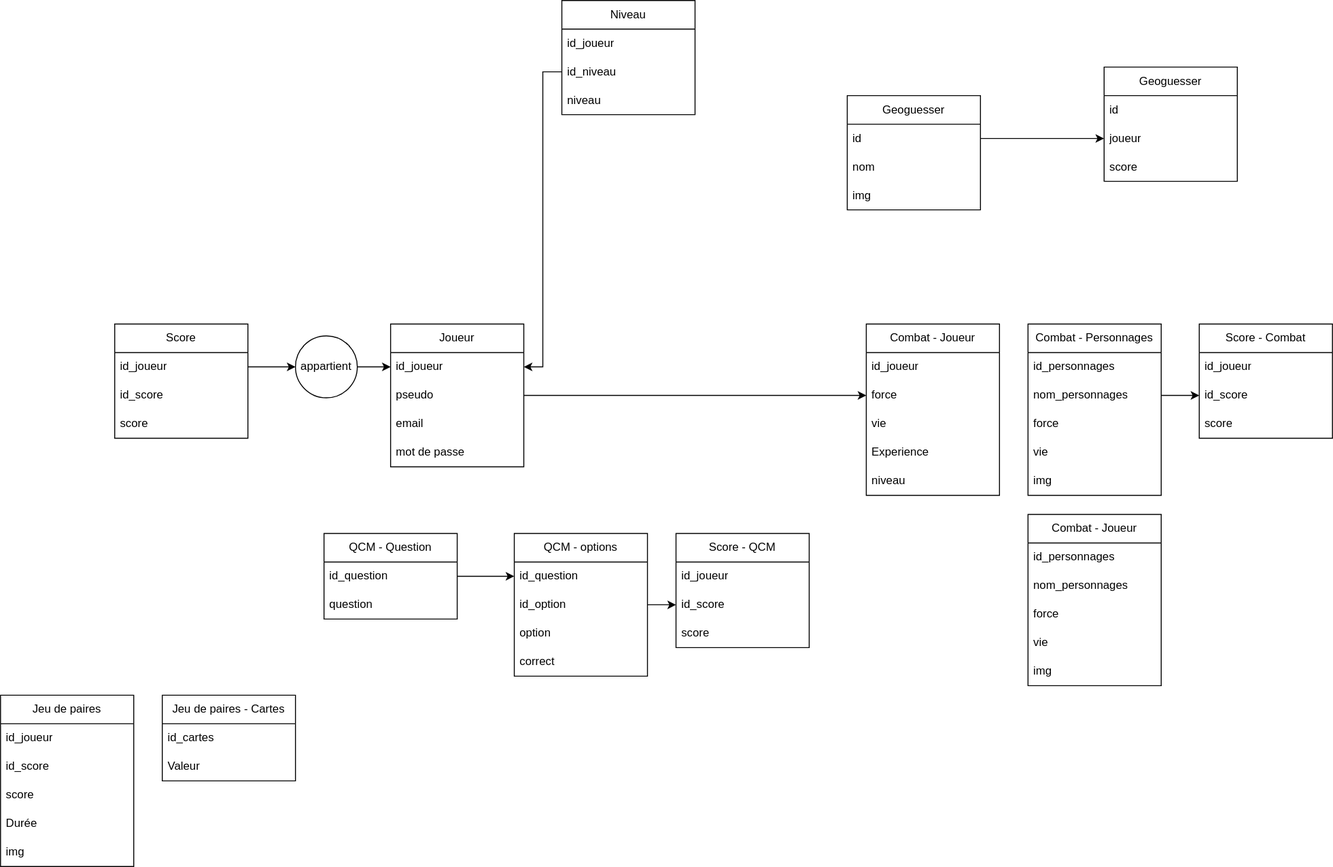
Oreki2004/Projet-Final-6TTSI keeps this draw.io diagram as BDD.svg. Above is the earlier version. Source tidied: cells renumbered, new cells last; positions are measured from the earlier drawing's top-left corner, leaving out a move shared by most shapes.
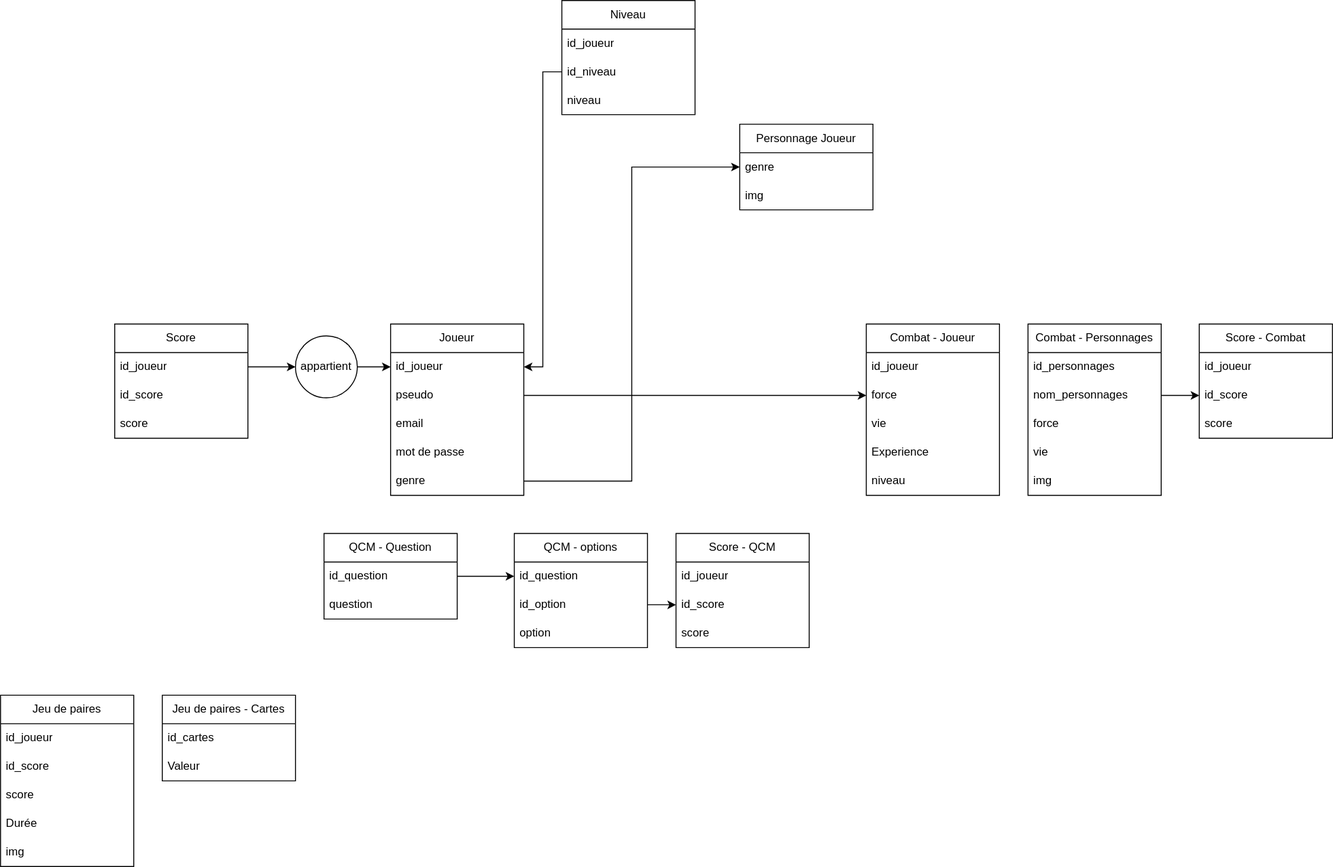
After the commit.

The edit, as a diff of the source:
```diff
@@ -15,7 +15,7 @@
       <mxGeometry y="90" width="140" height="30" as="geometry" />
     </mxCell>
     <mxCell id="6" value="Joueur" style="swimlane;fontStyle=0;horizontal=1;startSize=30;whiteSpace=wrap;html=1;" parent="1" vertex="1">
-      <mxGeometry x="410" y="340" width="140" height="150" as="geometry" />
+      <mxGeometry x="410" y="340" width="140" height="180" as="geometry" />
     </mxCell>
     <mxCell id="7" value="id_joueur" style="text;strokeColor=none;fillColor=none;align=left;verticalAlign=middle;spacingLeft=4;spacingRight=4;overflow=hidden;points=[[0,0.5],[1,0.5]];portConstraint=eastwest;whiteSpace=wrap;html=1;" parent="6" vertex="1">
       <mxGeometry y="30" width="140" height="30" as="geometry" />
@@ -29,6 +29,9 @@
     <mxCell id="10" value="mot de passe" style="text;strokeColor=none;fillColor=none;align=left;verticalAlign=middle;spacingLeft=4;spacingRight=4;overflow=hidden;whiteSpace=wrap;html=1;" parent="6" vertex="1">
       <mxGeometry y="120" width="140" height="30" as="geometry" />
     </mxCell>
+    <mxCell id="75" value="genre" style="text;strokeColor=none;fillColor=none;align=left;verticalAlign=middle;spacingLeft=4;spacingRight=4;overflow=hidden;points=[[0,0.5],[1,0.5]];portConstraint=eastwest;whiteSpace=wrap;html=1;" parent="6" vertex="1">
+      <mxGeometry y="150" width="140" height="30" as="geometry" />
+    </mxCell>
     <mxCell id="11" value="Niveau" style="swimlane;fontStyle=0;horizontal=1;startSize=30;whiteSpace=wrap;html=1;" parent="1" vertex="1">
       <mxGeometry x="590" width="140" height="120" as="geometry" />
     </mxCell>
@@ -81,7 +84,7 @@
       <mxGeometry y="60" width="140" height="30" as="geometry" />
     </mxCell>
     <mxCell id="28" value="QCM - options" style="swimlane;fontStyle=0;horizontal=1;startSize=30;whiteSpace=wrap;html=1;" parent="1" vertex="1">
-      <mxGeometry x="540" y="560" width="140" height="150" as="geometry" />
+      <mxGeometry x="540" y="560" width="140" height="120" as="geometry" />
     </mxCell>
     <mxCell id="29" value="&lt;span style=&quot;font-weight: normal;&quot;&gt;id_question&lt;/span&gt;" style="text;strokeColor=none;fillColor=none;align=left;verticalAlign=middle;spacingLeft=4;spacingRight=4;overflow=hidden;points=[[0,0.5],[1,0.5]];portConstraint=eastwest;whiteSpace=wrap;html=1;fontStyle=1;" parent="28" vertex="1">
       <mxGeometry y="30" width="140" height="30" as="geometry" />
@@ -92,9 +95,6 @@
     <mxCell id="31" value="option" style="text;strokeColor=none;fillColor=none;align=left;verticalAlign=middle;spacingLeft=4;spacingRight=4;overflow=hidden;whiteSpace=wrap;html=1;" parent="28" vertex="1">
       <mxGeometry y="90" width="140" height="30" as="geometry" />
     </mxCell>
-    <mxCell id="32" value="correct" style="text;strokeColor=none;fillColor=none;align=left;verticalAlign=middle;spacingLeft=4;spacingRight=4;overflow=hidden;whiteSpace=wrap;html=1;" parent="28" vertex="1">
-      <mxGeometry y="120" width="140" height="30" as="geometry" />
-    </mxCell>
     <mxCell id="33" style="edgeStyle=orthogonalEdgeStyle;rounded=0;jettySize=auto;html=1;entryX=0;entryY=0.5;entryDx=0;entryDy=0;" parent="1" edge="1" source="26" target="29">
       <mxGeometry relative="1" as="geometry" />
     </mxCell>
@@ -178,50 +178,17 @@
     <mxCell id="59" value="Valeur" style="text;strokeColor=none;fillColor=none;align=left;verticalAlign=middle;spacingLeft=4;spacingRight=4;overflow=hidden;whiteSpace=wrap;html=1;" parent="57" vertex="1">
       <mxGeometry y="60" width="140" height="30" as="geometry" />
     </mxCell>
-    <mxCell id="60" value="Geoguesser" style="swimlane;fontStyle=0;horizontal=1;startSize=30;whiteSpace=wrap;html=1;" parent="1" vertex="1">
-      <mxGeometry x="890" y="100" width="140" height="120" as="geometry" />
-    </mxCell>
-    <mxCell id="61" value="id" style="text;strokeColor=none;fillColor=none;align=left;verticalAlign=middle;spacingLeft=4;spacingRight=4;overflow=hidden;points=[[0,0.5],[1,0.5]];portConstraint=eastwest;whiteSpace=wrap;html=1;" parent="60" vertex="1">
-      <mxGeometry y="30" width="140" height="30" as="geometry" />
-    </mxCell>
-    <mxCell id="62" value="nom" style="text;strokeColor=none;fillColor=none;align=left;verticalAlign=middle;spacingLeft=4;spacingRight=4;overflow=hidden;whiteSpace=wrap;html=1;" parent="60" vertex="1">
-      <mxGeometry y="60" width="140" height="30" as="geometry" />
-    </mxCell>
-    <mxCell id="63" value="img" style="text;strokeColor=none;fillColor=none;align=left;verticalAlign=middle;spacingLeft=4;spacingRight=4;overflow=hidden;whiteSpace=wrap;html=1;" parent="60" vertex="1">
-      <mxGeometry y="90" width="140" height="30" as="geometry" />
-    </mxCell>
-    <mxCell id="64" value="Geoguesser" style="swimlane;fontStyle=0;horizontal=1;startSize=30;whiteSpace=wrap;html=1;" parent="1" vertex="1">
-      <mxGeometry x="1160" y="70" width="140" height="120" as="geometry" />
-    </mxCell>
-    <mxCell id="65" value="id" style="text;strokeColor=none;fillColor=none;align=left;verticalAlign=middle;spacingLeft=4;spacingRight=4;overflow=hidden;whiteSpace=wrap;html=1;" parent="64" vertex="1">
-      <mxGeometry y="30" width="140" height="30" as="geometry" />
-    </mxCell>
-    <mxCell id="66" value="joueur" style="text;strokeColor=none;fillColor=none;align=left;verticalAlign=middle;spacingLeft=4;spacingRight=4;overflow=hidden;points=[[0,0.5],[1,0.5]];portConstraint=eastwest;whiteSpace=wrap;html=1;" parent="64" vertex="1">
-      <mxGeometry y="60" width="140" height="30" as="geometry" />
-    </mxCell>
-    <mxCell id="67" value="score" style="text;strokeColor=none;fillColor=none;align=left;verticalAlign=middle;spacingLeft=4;spacingRight=4;overflow=hidden;whiteSpace=wrap;html=1;" parent="64" vertex="1">
-      <mxGeometry y="90" width="140" height="30" as="geometry" />
-    </mxCell>
-    <mxCell id="68" style="edgeStyle=orthogonalEdgeStyle;rounded=0;jettySize=auto;html=1;" parent="1" edge="1" source="61" target="66">
-      <mxGeometry relative="1" as="geometry" />
-    </mxCell>
-    <mxCell id="69" value="Combat - Joueur" style="swimlane;fontStyle=0;horizontal=1;startSize=30;whiteSpace=wrap;html=1;" parent="1" vertex="1">
-      <mxGeometry x="1080" y="540" width="140" height="180" as="geometry" />
-    </mxCell>
-    <mxCell id="70" value="id_personnages" style="text;strokeColor=none;fillColor=none;align=left;verticalAlign=middle;spacingLeft=4;spacingRight=4;overflow=hidden;whiteSpace=wrap;html=1;" parent="69" vertex="1">
-      <mxGeometry y="30" width="140" height="30" as="geometry" />
-    </mxCell>
-    <mxCell id="71" value="nom_personnages" style="text;strokeColor=none;fillColor=none;align=left;verticalAlign=middle;spacingLeft=4;spacingRight=4;overflow=hidden;whiteSpace=wrap;html=1;" parent="69" vertex="1">
-      <mxGeometry y="60" width="140" height="30" as="geometry" />
-    </mxCell>
-    <mxCell id="72" value="force" style="text;strokeColor=none;fillColor=none;align=left;verticalAlign=middle;spacingLeft=4;spacingRight=4;overflow=hidden;whiteSpace=wrap;html=1;" parent="69" vertex="1">
-      <mxGeometry y="90" width="140" height="30" as="geometry" />
-    </mxCell>
-    <mxCell id="73" value="vie" style="text;strokeColor=none;fillColor=none;align=left;verticalAlign=middle;spacingLeft=4;spacingRight=4;overflow=hidden;whiteSpace=wrap;html=1;" parent="69" vertex="1">
-      <mxGeometry y="120" width="140" height="30" as="geometry" />
-    </mxCell>
-    <mxCell id="74" value="img" style="text;strokeColor=none;fillColor=none;align=left;verticalAlign=middle;spacingLeft=4;spacingRight=4;overflow=hidden;whiteSpace=wrap;html=1;" parent="69" vertex="1">
-      <mxGeometry y="150" width="140" height="30" as="geometry" />
-    </mxCell>
+    <mxCell id="76" value="Personnage Joueur" style="swimlane;fontStyle=0;horizontal=1;startSize=30;whiteSpace=wrap;html=1;" parent="1" vertex="1">
+      <mxGeometry x="777" y="130" width="140" height="90" as="geometry" />
+    </mxCell>
+    <mxCell id="77" value="genre" style="text;strokeColor=none;fillColor=none;align=left;verticalAlign=middle;spacingLeft=4;spacingRight=4;overflow=hidden;points=[[0,0.5],[1,0.5]];portConstraint=eastwest;whiteSpace=wrap;html=1;" parent="76" vertex="1">
+      <mxGeometry y="30" width="140" height="30" as="geometry" />
+    </mxCell>
+    <mxCell id="78" value="img" style="text;strokeColor=none;fillColor=none;align=left;verticalAlign=middle;spacingLeft=4;spacingRight=4;overflow=hidden;whiteSpace=wrap;html=1;" parent="76" vertex="1">
+      <mxGeometry y="60" width="140" height="30" as="geometry" />
+    </mxCell>
+    <mxCell id="79" style="edgeStyle=orthogonalEdgeStyle;rounded=0;jettySize=auto;html=1;entryX=0;entryY=0.5;entryDx=0;entryDy=0;" parent="1" edge="1" source="75" target="77">
+      <mxGeometry relative="1" as="geometry" />
+    </mxCell>
   </root>
 </mxGraphModel>
```
